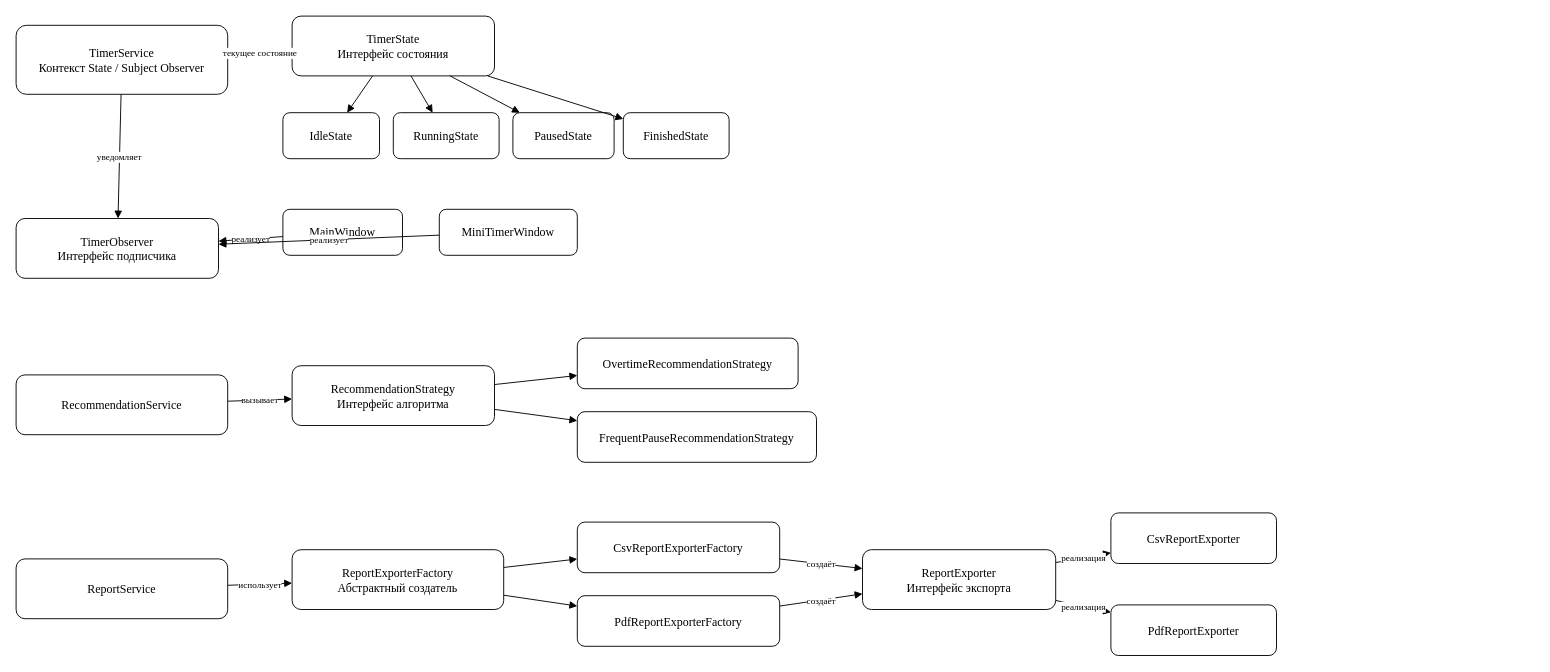
The draw.io diagram docs/practice-3/diagrams/patterns.drawio in uhnlyz/khusyainov, before the edit. Source tidied: cells renumbered, new cells numbered last; positions are measured from the earlier drawing's top-left corner, leaving out a move shared by most shapes. Both pictures are drawn from the tidied source at 92%, with x=0, y=0 at pixel (16, 16).
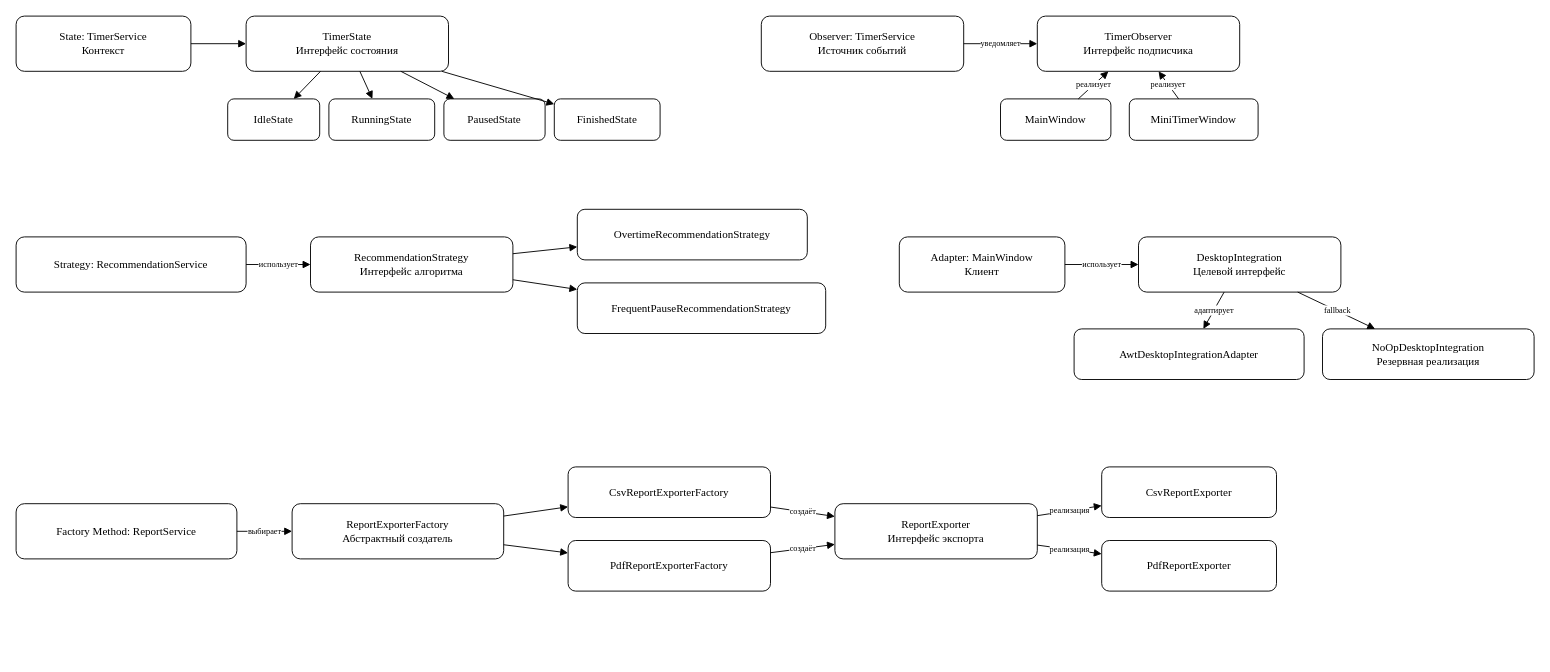
After the change.

Commit message (it also covers changes not shown here):
Дополнена диаграмма паттернов: показаны State, Observer, Strategy, Adapter и Factory Method

What changed in the source:
```diff
@@
-    <mxCell id="2" value="TimerService&#10;Контекст State / Subject Observer" style="rounded=1;whiteSpace=wrap;html=1;strokeColor=#000000;fillColor=#FFFFFF;fontFamily=Times New Roman;fontSize=13;" parent="1" vertex="1">
-      <mxGeometry y="10" width="230" height="75" as="geometry" />
+    <mxCell id="2" value="State: TimerService&#10;Контекст" style="rounded=1;whiteSpace=wrap;html=1;strokeColor=#000000;fillColor=#FFFFFF;fontFamily=Times New Roman;fontSize=12;" parent="1" vertex="1">
+      <mxGeometry width="190" height="60" as="geometry" />
     </mxCell>
-    <mxCell id="3" value="TimerState&#10;Интерфейс состояния" style="rounded=1;whiteSpace=wrap;html=1;strokeColor=#000000;fillColor=#FFFFFF;fontFamily=Times New Roman;fontSize=13;" parent="1" vertex="1">
-      <mxGeometry x="300" width="220" height="65" as="geometry" />
+    <mxCell id="3" value="TimerState&#10;Интерфейс состояния" style="rounded=1;whiteSpace=wrap;html=1;strokeColor=#000000;fillColor=#FFFFFF;fontFamily=Times New Roman;fontSize=12;" parent="1" vertex="1">
+      <mxGeometry x="250" width="220" height="60" as="geometry" />
     </mxCell>
-    <mxCell id="4" value="IdleState" style="rounded=1;whiteSpace=wrap;html=1;strokeColor=#000000;fillColor=#FFFFFF;fontFamily=Times New Roman;fontSize=13;" parent="1" vertex="1">
-      <mxGeometry x="290" y="105" width="105" height="50" as="geometry" />
+    <mxCell id="4" value="IdleState" style="rounded=1;whiteSpace=wrap;html=1;strokeColor=#000000;fillColor=#FFFFFF;fontFamily=Times New Roman;fontSize=12;" parent="1" vertex="1">
+      <mxGeometry x="230" y="90" width="100" height="45" as="geometry" />
     </mxCell>
-    <mxCell id="5" value="RunningState" style="rounded=1;whiteSpace=wrap;html=1;strokeColor=#000000;fillColor=#FFFFFF;fontFamily=Times New Roman;fontSize=13;" parent="1" vertex="1">
-      <mxGeometry x="410" y="105" width="115" height="50" as="geometry" />
+    <mxCell id="5" value="RunningState" style="rounded=1;whiteSpace=wrap;html=1;strokeColor=#000000;fillColor=#FFFFFF;fontFamily=Times New Roman;fontSize=12;" parent="1" vertex="1">
+      <mxGeometry x="340" y="90" width="115" height="45" as="geometry" />
     </mxCell>
-    <mxCell id="6" value="PausedState" style="rounded=1;whiteSpace=wrap;html=1;strokeColor=#000000;fillColor=#FFFFFF;fontFamily=Times New Roman;fontSize=13;" parent="1" vertex="1">
-      <mxGeometry x="540" y="105" width="110" height="50" as="geometry" />
+    <mxCell id="6" value="PausedState" style="rounded=1;whiteSpace=wrap;html=1;strokeColor=#000000;fillColor=#FFFFFF;fontFamily=Times New Roman;fontSize=12;" parent="1" vertex="1">
+      <mxGeometry x="465" y="90" width="110" height="45" as="geometry" />
     </mxCell>
-    <mxCell id="7" value="FinishedState" style="rounded=1;whiteSpace=wrap;html=1;strokeColor=#000000;fillColor=#FFFFFF;fontFamily=Times New Roman;fontSize=13;" parent="1" vertex="1">
-      <mxGeometry x="660" y="105" width="115" height="50" as="geometry" />
+    <mxCell id="7" value="FinishedState" style="rounded=1;whiteSpace=wrap;html=1;strokeColor=#000000;fillColor=#FFFFFF;fontFamily=Times New Roman;fontSize=12;" parent="1" vertex="1">
+      <mxGeometry x="585" y="90" width="115" height="45" as="geometry" />
     </mxCell>
+    <mxCell id="40" value="Observer: TimerService&#10;Источник событий" style="rounded=1;whiteSpace=wrap;html=1;strokeColor=#000000;fillColor=#FFFFFF;fontFamily=Times New Roman;fontSize=12;" parent="1" vertex="1">
+      <mxGeometry x="810" width="220" height="60" as="geometry" />
+    </mxCell>
-    <mxCell id="8" value="TimerObserver&#10;Интерфейс подписчика" style="rounded=1;whiteSpace=wrap;html=1;strokeColor=#000000;fillColor=#FFFFFF;fontFamily=Times New Roman;fontSize=13;" parent="1" vertex="1">
-      <mxGeometry y="220" width="220" height="65" as="geometry" />
+    <mxCell id="8" value="TimerObserver&#10;Интерфейс подписчика" style="rounded=1;whiteSpace=wrap;html=1;strokeColor=#000000;fillColor=#FFFFFF;fontFamily=Times New Roman;fontSize=12;" parent="1" vertex="1">
+      <mxGeometry x="1110" width="220" height="60" as="geometry" />
     </mxCell>
-    <mxCell id="9" value="MainWindow" style="rounded=1;whiteSpace=wrap;html=1;strokeColor=#000000;fillColor=#FFFFFF;fontFamily=Times New Roman;fontSize=13;" parent="1" vertex="1">
-      <mxGeometry x="290" y="210" width="130" height="50" as="geometry" />
+    <mxCell id="9" value="MainWindow" style="rounded=1;whiteSpace=wrap;html=1;strokeColor=#000000;fillColor=#FFFFFF;fontFamily=Times New Roman;fontSize=12;" parent="1" vertex="1">
+      <mxGeometry x="1070" y="90" width="120" height="45" as="geometry" />
     </mxCell>
-    <mxCell id="10" value="MiniTimerWindow" style="rounded=1;whiteSpace=wrap;html=1;strokeColor=#000000;fillColor=#FFFFFF;fontFamily=Times New Roman;fontSize=13;" parent="1" vertex="1">
-      <mxGeometry x="460" y="210" width="150" height="50" as="geometry" />
+    <mxCell id="10" value="MiniTimerWindow" style="rounded=1;whiteSpace=wrap;html=1;strokeColor=#000000;fillColor=#FFFFFF;fontFamily=Times New Roman;fontSize=12;" parent="1" vertex="1">
+      <mxGeometry x="1210" y="90" width="140" height="45" as="geometry" />
     </mxCell>
-    <mxCell id="11" value="RecommendationService" style="rounded=1;whiteSpace=wrap;html=1;strokeColor=#000000;fillColor=#FFFFFF;fontFamily=Times New Roman;fontSize=13;" parent="1" vertex="1">
-      <mxGeometry y="390" width="230" height="65" as="geometry" />
+    <mxCell id="11" value="Strategy: RecommendationService" style="rounded=1;whiteSpace=wrap;html=1;strokeColor=#000000;fillColor=#FFFFFF;fontFamily=Times New Roman;fontSize=12;" parent="1" vertex="1">
+      <mxGeometry y="240" width="250" height="60" as="geometry" />
     </mxCell>
-    <mxCell id="12" value="RecommendationStrategy&#10;Интерфейс алгоритма" style="rounded=1;whiteSpace=wrap;html=1;strokeColor=#000000;fillColor=#FFFFFF;fontFamily=Times New Roman;fontSize=13;" parent="1" vertex="1">
-      <mxGeometry x="300" y="380" width="220" height="65" as="geometry" />
+    <mxCell id="12" value="RecommendationStrategy&#10;Интерфейс алгоритма" style="rounded=1;whiteSpace=wrap;html=1;strokeColor=#000000;fillColor=#FFFFFF;fontFamily=Times New Roman;fontSize=12;" parent="1" vertex="1">
+      <mxGeometry x="320" y="240" width="220" height="60" as="geometry" />
     </mxCell>
-    <mxCell id="13" value="OvertimeRecommendationStrategy" style="rounded=1;whiteSpace=wrap;html=1;strokeColor=#000000;fillColor=#FFFFFF;fontFamily=Times New Roman;fontSize=13;" parent="1" vertex="1">
-      <mxGeometry x="610" y="350" width="240" height="55" as="geometry" />
+    <mxCell id="13" value="OvertimeRecommendationStrategy" style="rounded=1;whiteSpace=wrap;html=1;strokeColor=#000000;fillColor=#FFFFFF;fontFamily=Times New Roman;fontSize=12;" parent="1" vertex="1">
+      <mxGeometry x="610" y="210" width="250" height="55" as="geometry" />
     </mxCell>
-    <mxCell id="14" value="FrequentPauseRecommendationStrategy" style="rounded=1;whiteSpace=wrap;html=1;strokeColor=#000000;fillColor=#FFFFFF;fontFamily=Times New Roman;fontSize=13;" parent="1" vertex="1">
-      <mxGeometry x="610" y="430" width="260" height="55" as="geometry" />
+    <mxCell id="14" value="FrequentPauseRecommendationStrategy" style="rounded=1;whiteSpace=wrap;html=1;strokeColor=#000000;fillColor=#FFFFFF;fontFamily=Times New Roman;fontSize=12;" parent="1" vertex="1">
+      <mxGeometry x="610" y="290" width="270" height="55" as="geometry" />
     </mxCell>
-    <mxCell id="15" value="ReportService" style="rounded=1;whiteSpace=wrap;html=1;strokeColor=#000000;fillColor=#FFFFFF;fontFamily=Times New Roman;fontSize=13;" parent="1" vertex="1">
-      <mxGeometry y="590" width="230" height="65" as="geometry" />
-    </mxCell>
+    <mxCell id="41" value="Adapter: MainWindow&#10;Клиент" style="rounded=1;whiteSpace=wrap;html=1;strokeColor=#000000;fillColor=#FFFFFF;fontFamily=Times New Roman;fontSize=12;" parent="1" vertex="1">
+      <mxGeometry x="960" y="240" width="180" height="60" as="geometry" />
+    </mxCell>
+    <mxCell id="42" value="DesktopIntegration&#10;Целевой интерфейс" style="rounded=1;whiteSpace=wrap;html=1;strokeColor=#000000;fillColor=#FFFFFF;fontFamily=Times New Roman;fontSize=12;" parent="1" vertex="1">
+      <mxGeometry x="1220" y="240" width="220" height="60" as="geometry" />
+    </mxCell>
+    <mxCell id="43" value="AwtDesktopIntegrationAdapter" style="rounded=1;whiteSpace=wrap;html=1;strokeColor=#000000;fillColor=#FFFFFF;fontFamily=Times New Roman;fontSize=12;" parent="1" vertex="1">
+      <mxGeometry x="1150" y="340" width="250" height="55" as="geometry" />
+    </mxCell>
+    <mxCell id="44" value="NoOpDesktopIntegration&#10;Резервная реализация" style="rounded=1;whiteSpace=wrap;html=1;strokeColor=#000000;fillColor=#FFFFFF;fontFamily=Times New Roman;fontSize=12;" parent="1" vertex="1">
+      <mxGeometry x="1420" y="340" width="230" height="55" as="geometry" />
+    </mxCell>
+    <mxCell id="45" value="Factory Method: ReportService" style="rounded=1;whiteSpace=wrap;html=1;strokeColor=#000000;fillColor=#FFFFFF;fontFamily=Times New Roman;fontSize=12;" parent="1" vertex="1">
+      <mxGeometry y="530" width="240" height="60" as="geometry" />
+    </mxCell>
-    <mxCell id="16" value="ReportExporterFactory&#10;Абстрактный создатель" style="rounded=1;whiteSpace=wrap;html=1;strokeColor=#000000;fillColor=#FFFFFF;fontFamily=Times New Roman;fontSize=13;" parent="1" vertex="1">
-      <mxGeometry x="300" y="580" width="230" height="65" as="geometry" />
+    <mxCell id="16" value="ReportExporterFactory&#10;Абстрактный создатель" style="rounded=1;whiteSpace=wrap;html=1;strokeColor=#000000;fillColor=#FFFFFF;fontFamily=Times New Roman;fontSize=12;" parent="1" vertex="1">
+      <mxGeometry x="300" y="530" width="230" height="60" as="geometry" />
     </mxCell>
-    <mxCell id="17" value="CsvReportExporterFactory" style="rounded=1;whiteSpace=wrap;html=1;strokeColor=#000000;fillColor=#FFFFFF;fontFamily=Times New Roman;fontSize=13;" parent="1" vertex="1">
-      <mxGeometry x="610" y="550" width="220" height="55" as="geometry" />
+    <mxCell id="17" value="CsvReportExporterFactory" style="rounded=1;whiteSpace=wrap;html=1;strokeColor=#000000;fillColor=#FFFFFF;fontFamily=Times New Roman;fontSize=12;" parent="1" vertex="1">
+      <mxGeometry x="600" y="490" width="220" height="55" as="geometry" />
     </mxCell>
-    <mxCell id="18" value="PdfReportExporterFactory" style="rounded=1;whiteSpace=wrap;html=1;strokeColor=#000000;fillColor=#FFFFFF;fontFamily=Times New Roman;fontSize=13;" parent="1" vertex="1">
-      <mxGeometry x="610" y="630" width="220" height="55" as="geometry" />
+    <mxCell id="18" value="PdfReportExporterFactory" style="rounded=1;whiteSpace=wrap;html=1;strokeColor=#000000;fillColor=#FFFFFF;fontFamily=Times New Roman;fontSize=12;" parent="1" vertex="1">
+      <mxGeometry x="600" y="570" width="220" height="55" as="geometry" />
     </mxCell>
-    <mxCell id="19" value="ReportExporter&#10;Интерфейс экспорта" style="rounded=1;whiteSpace=wrap;html=1;strokeColor=#000000;fillColor=#FFFFFF;fontFamily=Times New Roman;fontSize=13;" parent="1" vertex="1">
-      <mxGeometry x="920" y="580" width="210" height="65" as="geometry" />
+    <mxCell id="19" value="ReportExporter&#10;Интерфейс экспорта" style="rounded=1;whiteSpace=wrap;html=1;strokeColor=#000000;fillColor=#FFFFFF;fontFamily=Times New Roman;fontSize=12;" parent="1" vertex="1">
+      <mxGeometry x="890" y="530" width="220" height="60" as="geometry" />
     </mxCell>
-    <mxCell id="20" value="CsvReportExporter" style="rounded=1;whiteSpace=wrap;html=1;strokeColor=#000000;fillColor=#FFFFFF;fontFamily=Times New Roman;fontSize=13;" parent="1" vertex="1">
-      <mxGeometry x="1190" y="540" width="180" height="55" as="geometry" />
+    <mxCell id="20" value="CsvReportExporter" style="rounded=1;whiteSpace=wrap;html=1;strokeColor=#000000;fillColor=#FFFFFF;fontFamily=Times New Roman;fontSize=12;" parent="1" vertex="1">
+      <mxGeometry x="1180" y="490" width="190" height="55" as="geometry" />
     </mxCell>
-    <mxCell id="21" value="PdfReportExporter" style="rounded=1;whiteSpace=wrap;html=1;strokeColor=#000000;fillColor=#FFFFFF;fontFamily=Times New Roman;fontSize=13;" parent="1" vertex="1">
-      <mxGeometry x="1190" y="640" width="180" height="55" as="geometry" />
+    <mxCell id="21" value="PdfReportExporter" style="rounded=1;whiteSpace=wrap;html=1;strokeColor=#000000;fillColor=#FFFFFF;fontFamily=Times New Roman;fontSize=12;" parent="1" vertex="1">
+      <mxGeometry x="1180" y="570" width="190" height="55" as="geometry" />
     </mxCell>
-    <mxCell id="22" value="текущее состояние" style="endArrow=block;html=1;rounded=0;strokeColor=#000000;fontFamily=Times New Roman;fontSize=10;" parent="1" edge="1" source="2" target="3">
+    <mxCell id="22" style="endArrow=block;html=1;rounded=0;strokeColor=#000000;fontFamily=Times New Roman;fontSize=9;" parent="1" edge="1" source="2" target="3">
       <mxGeometry relative="1" as="geometry" />
     </mxCell>
-    <mxCell id="23" style="endArrow=block;html=1;rounded=0;strokeColor=#000000;fontFamily=Times New Roman;fontSize=10;" parent="1" edge="1" source="3" target="4">
+    <mxCell id="23" style="endArrow=block;html=1;rounded=0;strokeColor=#000000;fontFamily=Times New Roman;fontSize=9;" parent="1" edge="1" source="3" target="4">
       <mxGeometry relative="1" as="geometry" />
     </mxCell>
-    <mxCell id="24" style="endArrow=block;html=1;rounded=0;strokeColor=#000000;fontFamily=Times New Roman;fontSize=10;" parent="1" edge="1" source="3" target="5">
+    <mxCell id="24" style="endArrow=block;html=1;rounded=0;strokeColor=#000000;fontFamily=Times New Roman;fontSize=9;" parent="1" edge="1" source="3" target="5">
       <mxGeometry relative="1" as="geometry" />
     </mxCell>
-    <mxCell id="25" style="endArrow=block;html=1;rounded=0;strokeColor=#000000;fontFamily=Times New Roman;fontSize=10;" parent="1" edge="1" source="3" target="6">
+    <mxCell id="25" style="endArrow=block;html=1;rounded=0;strokeColor=#000000;fontFamily=Times New Roman;fontSize=9;" parent="1" edge="1" source="3" target="6">
       <mxGeometry relative="1" as="geometry" />
     </mxCell>
-    <mxCell id="26" style="endArrow=block;html=1;rounded=0;strokeColor=#000000;fontFamily=Times New Roman;fontSize=10;" parent="1" edge="1" source="3" target="7">
+    <mxCell id="26" style="endArrow=block;html=1;rounded=0;strokeColor=#000000;fontFamily=Times New Roman;fontSize=9;" parent="1" edge="1" source="3" target="7">
       <mxGeometry relative="1" as="geometry" />
     </mxCell>
-    <mxCell id="27" value="уведомляет" style="endArrow=block;html=1;rounded=0;strokeColor=#000000;fontFamily=Times New Roman;fontSize=10;" parent="1" edge="1" source="2" target="8">
+    <mxCell id="27" value="уведомляет" style="endArrow=block;html=1;rounded=0;strokeColor=#000000;fontFamily=Times New Roman;fontSize=9;" parent="1" edge="1" source="40" target="8">
       <mxGeometry relative="1" as="geometry" />
     </mxCell>
-    <mxCell id="28" value="реализует" style="endArrow=block;html=1;rounded=0;strokeColor=#000000;fontFamily=Times New Roman;fontSize=10;" parent="1" edge="1" source="9" target="8">
+    <mxCell id="28" value="реализует" style="endArrow=block;html=1;rounded=0;strokeColor=#000000;fontFamily=Times New Roman;fontSize=9;" parent="1" edge="1" source="9" target="8">
       <mxGeometry relative="1" as="geometry" />
     </mxCell>
-    <mxCell id="29" value="реализует" style="endArrow=block;html=1;rounded=0;strokeColor=#000000;fontFamily=Times New Roman;fontSize=10;" parent="1" edge="1" source="10" target="8">
+    <mxCell id="29" value="реализует" style="endArrow=block;html=1;rounded=0;strokeColor=#000000;fontFamily=Times New Roman;fontSize=9;" parent="1" edge="1" source="10" target="8">
       <mxGeometry relative="1" as="geometry" />
     </mxCell>
-    <mxCell id="30" value="вызывает" style="endArrow=block;html=1;rounded=0;strokeColor=#000000;fontFamily=Times New Roman;fontSize=10;" parent="1" edge="1" source="11" target="12">
+    <mxCell id="30" value="использует" style="endArrow=block;html=1;rounded=0;strokeColor=#000000;fontFamily=Times New Roman;fontSize=9;" parent="1" edge="1" source="11" target="12">
       <mxGeometry relative="1" as="geometry" />
     </mxCell>
-    <mxCell id="31" style="endArrow=block;html=1;rounded=0;strokeColor=#000000;fontFamily=Times New Roman;fontSize=10;" parent="1" edge="1" source="12" target="13">
+    <mxCell id="31" style="endArrow=block;html=1;rounded=0;strokeColor=#000000;fontFamily=Times New Roman;fontSize=9;" parent="1" edge="1" source="12" target="13">
       <mxGeometry relative="1" as="geometry" />
     </mxCell>
-    <mxCell id="32" style="endArrow=block;html=1;rounded=0;strokeColor=#000000;fontFamily=Times New Roman;fontSize=10;" parent="1" edge="1" source="12" target="14">
+    <mxCell id="32" style="endArrow=block;html=1;rounded=0;strokeColor=#000000;fontFamily=Times New Roman;fontSize=9;" parent="1" edge="1" source="12" target="14">
       <mxGeometry relative="1" as="geometry" />
     </mxCell>
-    <mxCell id="33" value="использует" style="endArrow=block;html=1;rounded=0;strokeColor=#000000;fontFamily=Times New Roman;fontSize=10;" parent="1" edge="1" source="15" target="16">
+    <mxCell id="33" value="использует" style="endArrow=block;html=1;rounded=0;strokeColor=#000000;fontFamily=Times New Roman;fontSize=9;" parent="1" edge="1" source="41" target="42">
       <mxGeometry relative="1" as="geometry" />
     </mxCell>
-    <mxCell id="34" style="endArrow=block;html=1;rounded=0;strokeColor=#000000;fontFamily=Times New Roman;fontSize=10;" parent="1" edge="1" source="16" target="17">
+    <mxCell id="34" value="адаптирует" style="endArrow=block;html=1;rounded=0;strokeColor=#000000;fontFamily=Times New Roman;fontSize=9;" parent="1" edge="1" source="42" target="43">
       <mxGeometry relative="1" as="geometry" />
     </mxCell>
-    <mxCell id="35" style="endArrow=block;html=1;rounded=0;strokeColor=#000000;fontFamily=Times New Roman;fontSize=10;" parent="1" edge="1" source="16" target="18">
+    <mxCell id="35" value="fallback" style="endArrow=block;html=1;rounded=0;strokeColor=#000000;fontFamily=Times New Roman;fontSize=9;" parent="1" edge="1" source="42" target="44">
       <mxGeometry relative="1" as="geometry" />
     </mxCell>
-    <mxCell id="36" value="создаёт" style="endArrow=block;html=1;rounded=0;strokeColor=#000000;fontFamily=Times New Roman;fontSize=10;" parent="1" edge="1" source="17" target="19">
+    <mxCell id="36" value="выбирает" style="endArrow=block;html=1;rounded=0;strokeColor=#000000;fontFamily=Times New Roman;fontSize=9;" parent="1" edge="1" source="45" target="16">
       <mxGeometry relative="1" as="geometry" />
     </mxCell>
-    <mxCell id="37" value="создаёт" style="endArrow=block;html=1;rounded=0;strokeColor=#000000;fontFamily=Times New Roman;fontSize=10;" parent="1" edge="1" source="18" target="19">
+    <mxCell id="37" style="endArrow=block;html=1;rounded=0;strokeColor=#000000;fontFamily=Times New Roman;fontSize=9;" parent="1" edge="1" source="16" target="17">
       <mxGeometry relative="1" as="geometry" />
     </mxCell>
-    <mxCell id="38" value="реализация" style="endArrow=block;html=1;rounded=0;strokeColor=#000000;fontFamily=Times New Roman;fontSize=10;" parent="1" edge="1" source="19" target="20">
+    <mxCell id="38" style="endArrow=block;html=1;rounded=0;strokeColor=#000000;fontFamily=Times New Roman;fontSize=9;" parent="1" edge="1" source="16" target="18">
       <mxGeometry relative="1" as="geometry" />
     </mxCell>
-    <mxCell id="39" value="реализация" style="endArrow=block;html=1;rounded=0;strokeColor=#000000;fontFamily=Times New Roman;fontSize=10;" parent="1" edge="1" source="19" target="21">
+    <mxCell id="39" value="создаёт" style="endArrow=block;html=1;rounded=0;strokeColor=#000000;fontFamily=Times New Roman;fontSize=9;" parent="1" edge="1" source="17" target="19">
       <mxGeometry relative="1" as="geometry" />
     </mxCell>
+    <mxCell id="46" value="создаёт" style="endArrow=block;html=1;rounded=0;strokeColor=#000000;fontFamily=Times New Roman;fontSize=9;" parent="1" edge="1" source="18" target="19">
+      <mxGeometry relative="1" as="geometry" />
+    </mxCell>
+    <mxCell id="47" value="реализация" style="endArrow=block;html=1;rounded=0;strokeColor=#000000;fontFamily=Times New Roman;fontSize=9;" parent="1" edge="1" source="19" target="20">
+      <mxGeometry relative="1" as="geometry" />
+    </mxCell>
+    <mxCell id="48" value="реализация" style="endArrow=block;html=1;rounded=0;strokeColor=#000000;fontFamily=Times New Roman;fontSize=9;" parent="1" edge="1" source="19" target="21">
+      <mxGeometry relative="1" as="geometry" />
+    </mxCell>
```
